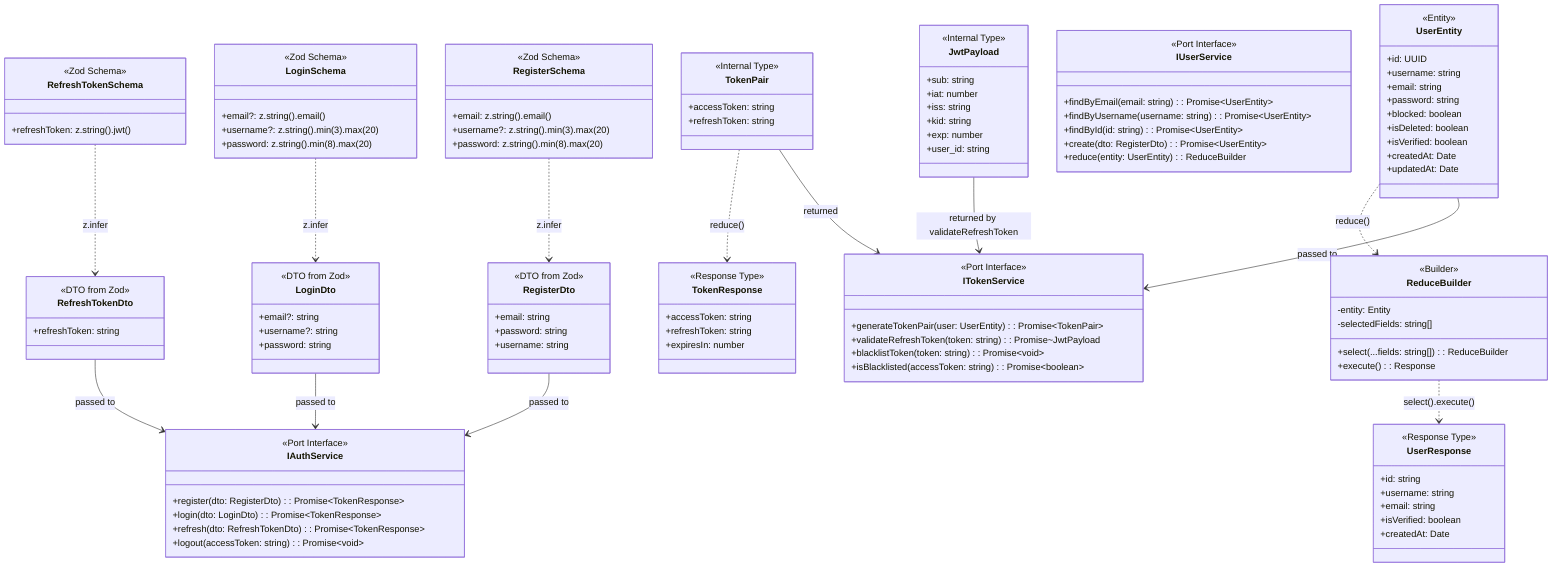
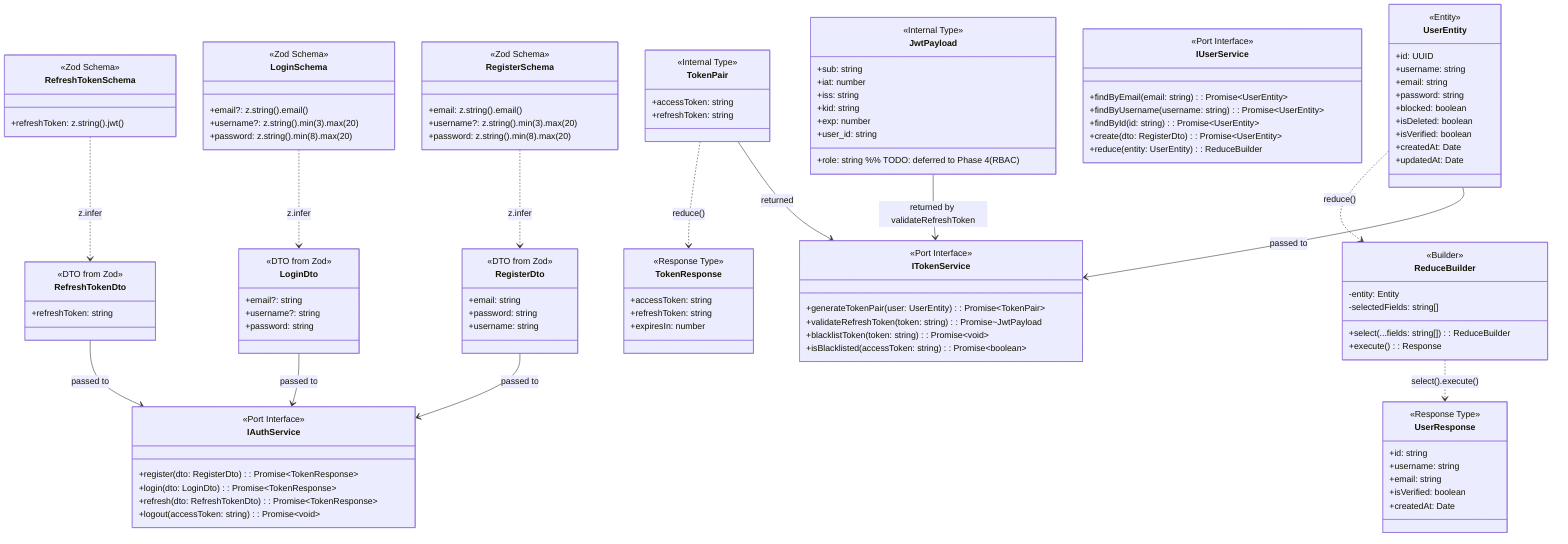
%% Types & Interfaces Diagram
%% Maps to: Hexagonal Architecture, Ports & Adapters
%% Zod schemas, DTOs, Response types, Port interfaces, and type transformations
%% TokenService validates JWT + returns complete JwtPayload

classDiagram
    %% ════════════════════════════════════════════════════════════════
    %%  ZOD VALIDATION SCHEMAS
    %% ════════════════════════════════════════════════════════════════
    class RegisterSchema {
        <<Zod Schema>>
        +email: z.string().email()
        +username?: z.string().min(3).max(20)
        +password: z.string().min(8).max(20)
    }

    class LoginSchema {
        <<Zod Schema>>
        +email?: z.string().email()
        +username?: z.string().min(3).max(20)
        +password: z.string().min(8).max(20)
    }

    class RefreshTokenSchema {
        <<Zod Schema>>
        +refreshToken: z.string().jwt()
    }

    %% ════════════════════════════════════════════════════════════════
    %%  DTOs (Inferred from Zod)
    %% ════════════════════════════════════════════════════════════════
    class RegisterDto {
        <<DTO from Zod>>
        +email: string
        +password: string
        +username: string
    }

    class LoginDto {
        <<DTO from Zod>>
        +email?: string
        +username?: string
        +password: string
    }

    class RefreshTokenDto {
        <<DTO from Zod>>
        +refreshToken: string
    }

    %% ════════════════════════════════════════════════════════════════
    %%  RESPONSE / TRANSFORM TYPES
    %% ════════════════════════════════════════════════════════════════
    class TokenResponse {
        <<Response Type>>
        +accessToken: string
        +refreshToken: string
        +expiresIn: number
    }

    class TokenPair {
        <<Internal Type>>
        +accessToken: string
        +refreshToken: string
    }

    class JwtPayload {
        <<Internal Type>>
        +sub: string
        +iat: number
        +iss: string
        +kid: string
        +exp: number
        +user_id: string
+         +role: string %% TODO: deferred to Phase 4 (RBAC)
    }

    class UserResponse {
        <<Response Type>>
        +id: string
        +username: string
        +email: string
        +isVerified: boolean
        +createdAt: Date
    }

    class ReduceBuilder {
        <<Builder>>
        -entity: Entity
        -selectedFields: string[]
        +select(...fields: string[]): ReduceBuilder
        +execute(): Response
    }

    %% ════════════════════════════════════════════════════════════════
    %%  PORT INTERFACES (only those used by types)
    %% ════════════════════════════════════════════════════════════════
    class IAuthService {
        <<Port Interface>>
        +register(dto: RegisterDto): Promise~TokenResponse~
        +login(dto: LoginDto): Promise~TokenResponse~
        +refresh(dto: RefreshTokenDto): Promise~TokenResponse~
        +logout(accessToken: string): Promise~void~
    }

    class IUserService {
        <<Port Interface>>
        +findByEmail(email: string): Promise~UserEntity~
        +findByUsername(username: string): Promise~UserEntity~
        +findById(id: string): Promise~UserEntity~
        +create(dto: RegisterDto): Promise~UserEntity~
        +reduce(entity: UserEntity): ReduceBuilder
    }

    class ITokenService {
        <<Port Interface>>
        +generateTokenPair(user: UserEntity): Promise~TokenPair~
        +validateRefreshToken(token: string): Promise~JwtPayload
        +blacklistToken(token: string): Promise~void~
        +isBlacklisted(accessToken: string): Promise~boolean~
    }

    %% ════════════════════════════════════════════════════════════════
    %%  ENTITY
    %% ════════════════════════════════════════════════════════════════
    class UserEntity {
        <<Entity>>
        +id: UUID
        +username: string
        +email: string
        +password: string
        +blocked: boolean
        +isDeleted: boolean
        +isVerified: boolean
        +createdAt: Date
        +updatedAt: Date
    }

    %% ════════════════════════════════════════════════════════════════
    %%  TYPE RELATIONSHIPS
    %% ════════════════════════════════════════════════════════════════

    %% Schema to DTO (z.infer)
    RegisterSchema ..> RegisterDto : z.infer
    LoginSchema ..> LoginDto : z.infer
    RefreshTokenSchema ..> RefreshTokenDto : z.infer

    %% DTO to Interface (flow)
    RegisterDto --> IAuthService : passed to
    LoginDto --> IAuthService : passed to
    RefreshTokenDto --> IAuthService : passed to

    %% Entity to Interface (flow)
    UserEntity --> ITokenService : passed to
    TokenPair --> ITokenService : returned
    JwtPayload --> ITokenService : returned by validateRefreshToken

    %% Entity transformations
    UserEntity ..> ReduceBuilder : reduce()
    ReduceBuilder ..> UserResponse : select().execute()
    TokenPair ..> TokenResponse : reduce()
